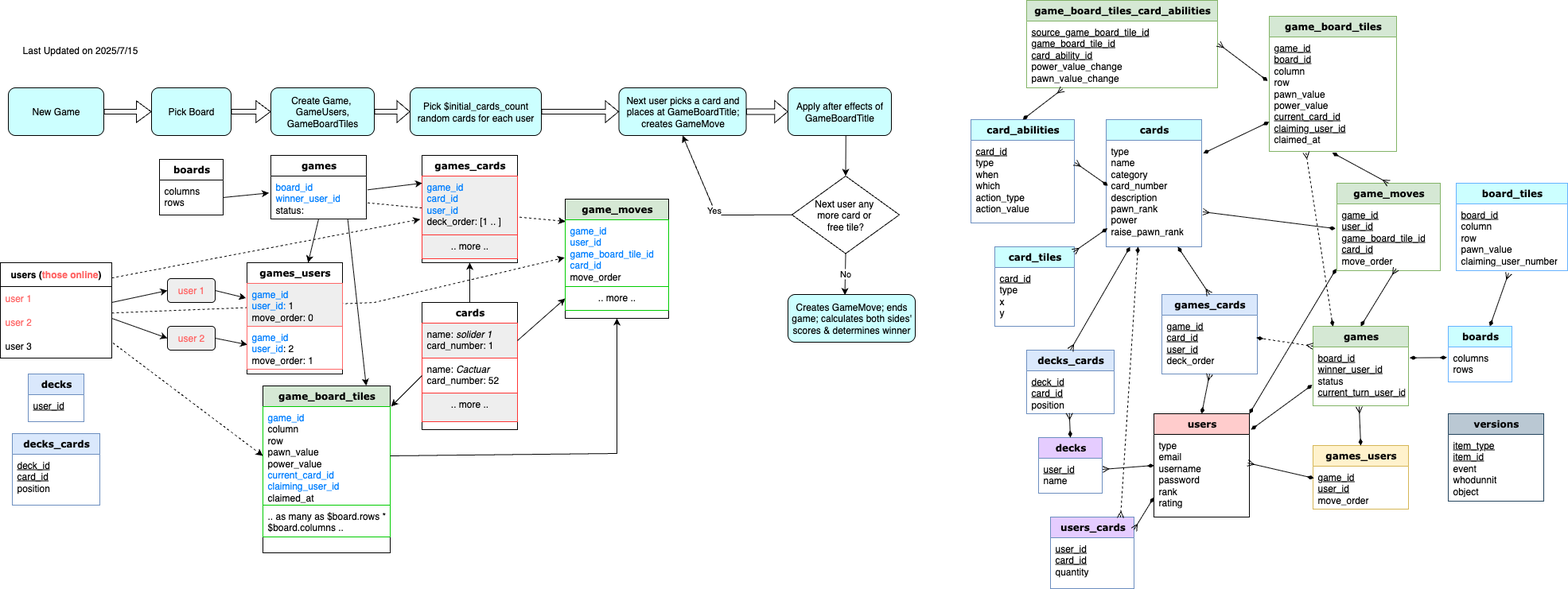
Earlier version of the draw.io export doc/diagrams/EER.drawio.png (briangan/queens_blood_by_fan). Source tidied: cells renumbered, new cells last; positions are measured from the earlier drawing's top-left corner, leaving out a move shared by most shapes.
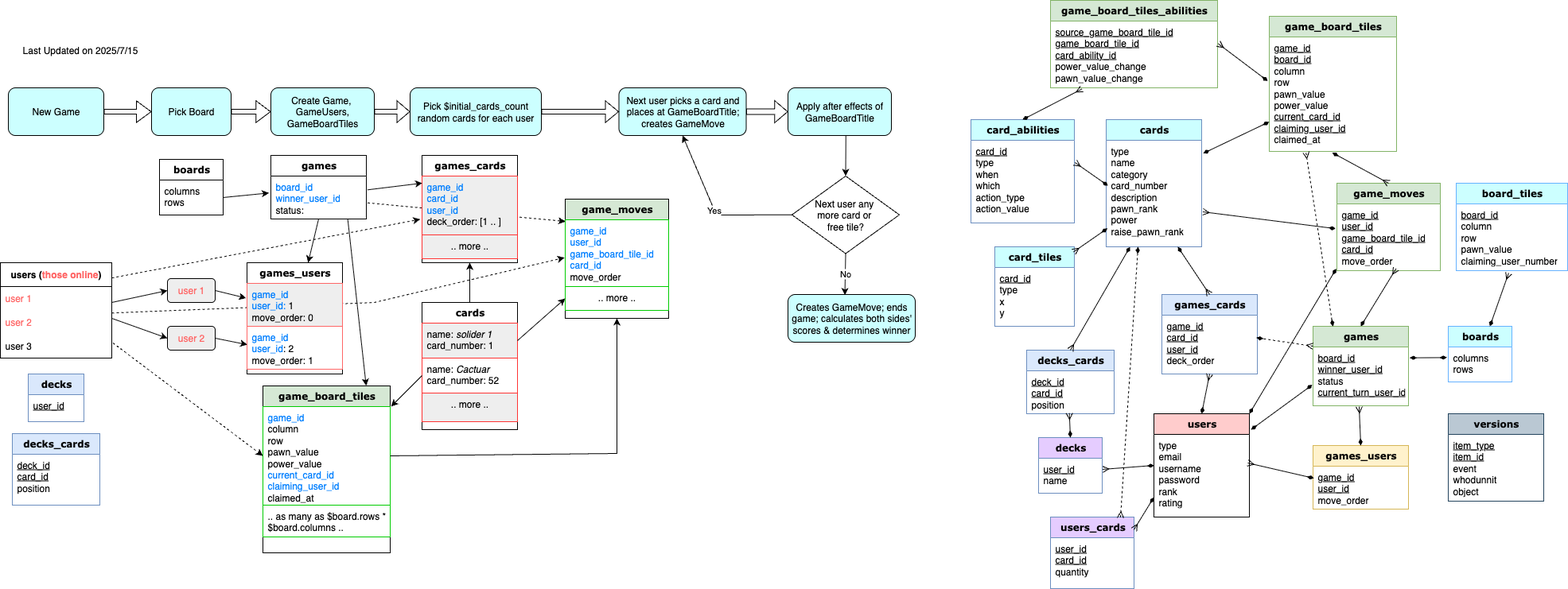
Above is the later version.

Commit message:
EER updated w/ game_board_tiles_card_abilities

Change to the diagram source:
```diff
@@ -358,11 +358,11 @@
         <mxPoint x="1430" y="310" as="sourcePoint" />
       </mxGeometry>
     </mxCell>
-    <mxCell id="116" value="&lt;span style=&quot;font-size: 12px;&quot;&gt;&lt;b&gt;game_board_tiles_card_abilities&lt;/b&gt;&lt;/span&gt;" style="swimlane;html=1;fontStyle=0;horizontal=1;startSize=26;fillColor=#d5e8d4;swimlaneFillColor=#ffffff;rounded=0;shadow=0;comic=0;labelBackgroundColor=none;strokeWidth=1;fontFamily=Verdana;fontSize=10;align=center;strokeColor=#82b366;" parent="1" vertex="1">
-      <mxGeometry x="1290" width="240" height="110" as="geometry" />
+    <mxCell id="116" value="&lt;span style=&quot;font-size: 12px;&quot;&gt;&lt;b&gt;game_board_tiles_abilities&lt;/b&gt;&lt;/span&gt;" style="swimlane;html=1;fontStyle=0;horizontal=1;startSize=26;fillColor=#d5e8d4;swimlaneFillColor=#ffffff;rounded=0;shadow=0;comic=0;labelBackgroundColor=none;strokeWidth=1;fontFamily=Verdana;fontSize=10;align=center;strokeColor=#82b366;" parent="1" vertex="1">
+      <mxGeometry x="1320" width="210" height="110" as="geometry" />
     </mxCell>
     <mxCell id="117" value="&lt;div&gt;&lt;u&gt;source_game_board_tile_id&lt;/u&gt;&lt;/div&gt;&lt;div&gt;&lt;u&gt;game_board_tile_id&lt;/u&gt;&lt;/div&gt;&lt;div&gt;&lt;u&gt;card_ability_id&lt;/u&gt;&lt;/div&gt;&lt;div&gt;power_value_change&lt;/div&gt;&lt;div&gt;pawn_value_change&lt;/div&gt;" style="text;html=1;strokeColor=none;fillColor=none;align=left;verticalAlign=top;spacingLeft=4;spacingRight=4;whiteSpace=wrap;overflow=hidden;points=[[0,0.5],[1,0.5]];portConstraint=eastwest;" parent="116" vertex="1">
-      <mxGeometry y="26" width="240" height="84" as="geometry" />
+      <mxGeometry y="26" width="210" height="84" as="geometry" />
     </mxCell>
     <mxCell id="118" style="endArrow=ERmany;html=1;rounded=0;exitX=0.5;exitY=0;exitDx=0;exitDy=0;startArrow=diamondThin;startFill=1;endFill=0;entryX=0.188;entryY=1.018;entryDx=0;entryDy=0;entryPerimeter=0;" parent="1" edge="1" source="8" target="117">
       <mxGeometry relative="1" as="geometry" />
```
